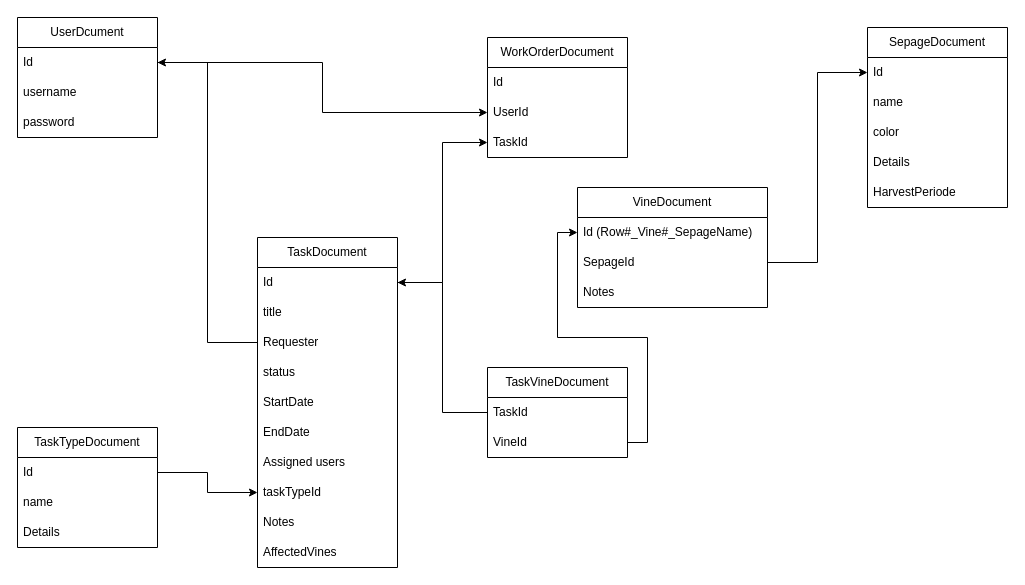
The draw.io diagram doc/data-structure.drawio in TheVannysher/RavenhillSoftware, before the edit. Source tidied: cells renumbered, new cells numbered last; positions are measured from the earlier drawing's top-left corner, leaving out a move shared by most shapes. Both pictures are drawn from the tidied source at 100%, with x=0, y=0 at pixel (17, 17).
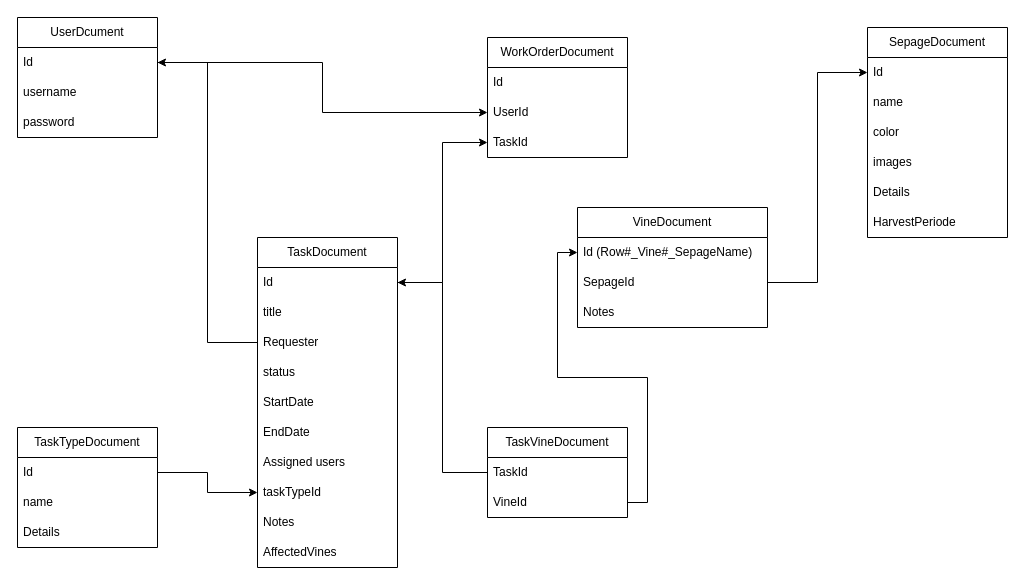
After the change.

Diff of the diagram source:
```diff
@@
     <mxCell id="18" value="VineDocument" style="swimlane;fontStyle=0;horizontal=1;startSize=30;whiteSpace=wrap;html=1;" parent="1" vertex="1">
-      <mxGeometry x="560" y="170" width="190" height="120" as="geometry" />
+      <mxGeometry x="560" y="190" width="190" height="120" as="geometry" />
     </mxCell>
@@
     <mxCell id="33" value="TaskVineDocument" style="swimlane;fontStyle=0;horizontal=1;startSize=30;whiteSpace=wrap;html=1;" parent="1" vertex="1">
-      <mxGeometry x="470" y="350" width="140" height="90" as="geometry" />
+      <mxGeometry x="470" y="410" width="140" height="90" as="geometry" />
     </mxCell>
@@
     <mxCell id="37" value="SepageDocument" style="swimlane;fontStyle=0;horizontal=1;startSize=30;whiteSpace=wrap;html=1;" parent="1" vertex="1">
-      <mxGeometry x="850" y="10" width="140" height="180" as="geometry" />
+      <mxGeometry x="850" y="10" width="140" height="210" as="geometry" />
     </mxCell>
@@
+    <mxCell id="45" value="images" style="text;strokeColor=none;fillColor=none;align=left;verticalAlign=middle;spacingLeft=4;spacingRight=4;overflow=hidden;whiteSpace=wrap;html=1;" parent="37" vertex="1">
+      <mxGeometry y="120" width="140" height="30" as="geometry" />
+    </mxCell>
     <mxCell id="41" value="Details" style="text;strokeColor=none;fillColor=none;align=left;verticalAlign=middle;spacingLeft=4;spacingRight=4;overflow=hidden;whiteSpace=wrap;html=1;" parent="37" vertex="1">
-      <mxGeometry y="120" width="140" height="30" as="geometry" />
+      <mxGeometry y="150" width="140" height="30" as="geometry" />
     </mxCell>
     <mxCell id="42" value="HarvestPeriode" style="text;strokeColor=none;fillColor=none;align=left;verticalAlign=middle;spacingLeft=4;spacingRight=4;overflow=hidden;whiteSpace=wrap;html=1;" parent="37" vertex="1">
-      <mxGeometry y="150" width="140" height="30" as="geometry" />
+      <mxGeometry y="180" width="140" height="30" as="geometry" />
     </mxCell>
```
